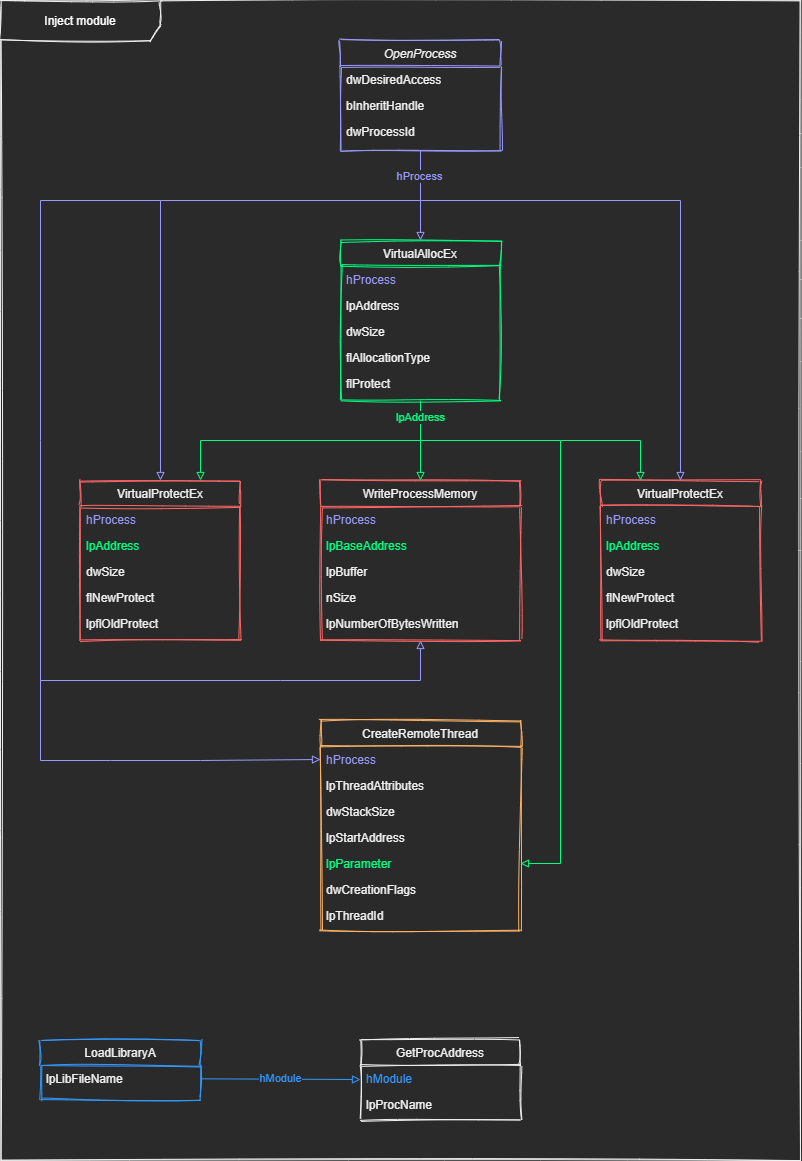
Above: docs/img/injectModule.png in themonsterdev/reverse-engineering (draw.io), before the change. Source tidied: cells renumbered, new cells last; positions are measured from the earlier drawing's top-left corner, leaving out a move shared by most shapes.
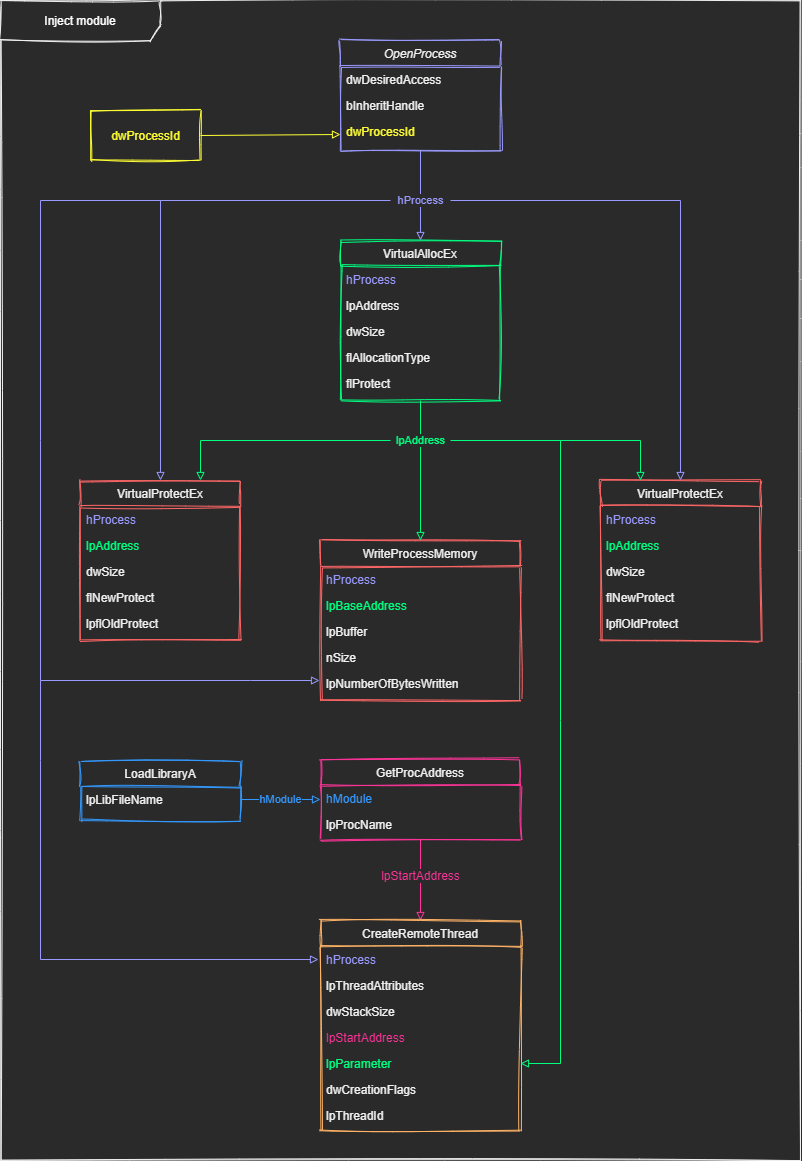
After the change.

Change to the diagram source:
```diff
@@ -11,12 +11,12 @@
     <mxCell id="4" value="bInheritHandle" style="text;align=left;verticalAlign=top;spacingLeft=4;spacingRight=4;overflow=hidden;rounded=0;shadow=0;html=0;" parent="2" vertex="1">
       <mxGeometry y="52" width="160" height="26" as="geometry" />
     </mxCell>
-    <mxCell id="5" value="dwProcessId" style="text;align=left;verticalAlign=top;spacingLeft=4;spacingRight=4;overflow=hidden;points=[[0,0.5],[1,0.5]];portConstraint=eastwest;rounded=0;shadow=0;html=0;" parent="2" vertex="1">
+    <mxCell id="5" value="dwProcessId" style="text;align=left;verticalAlign=top;spacingLeft=4;spacingRight=4;overflow=hidden;points=[[0,0.5],[1,0.5]];portConstraint=eastwest;rounded=0;shadow=0;html=0;fontColor=#FFFF33;" parent="2" vertex="1">
       <mxGeometry y="78" width="160" height="32" as="geometry" />
     </mxCell>
     <mxCell id="6" style="edgeStyle=none;rounded=0;jettySize=auto;html=1;entryX=0.75;entryY=0;entryDx=0;entryDy=0;startArrow=none;startFill=0;endArrow=block;endFill=0;fontColor=#9999FF;strokeColor=#00FF80;" parent="1" edge="1" target="13">
       <mxGeometry relative="1" as="geometry">
-        <mxPoint x="420" y="440" as="sourcePoint" />
+        <mxPoint x="390" y="440" as="sourcePoint" />
         <Array as="points">
           <mxPoint x="200" y="440" />
         </Array>
@@ -58,12 +58,12 @@
     <mxCell id="18" value="lpflOldProtect" style="text;align=left;verticalAlign=top;spacingLeft=4;spacingRight=4;overflow=hidden;rounded=0;shadow=0;html=0;" parent="13" vertex="1">
       <mxGeometry y="130" width="160" height="26" as="geometry" />
     </mxCell>
-    <mxCell id="19" style="edgeStyle=none;rounded=0;jettySize=auto;html=1;startArrow=block;startFill=0;endArrow=none;endFill=0;strokeColor=#9999FF;exitX=0.5;exitY=1;exitDx=0;exitDy=0;" parent="1" edge="1" source="20">
+    <mxCell id="19" style="edgeStyle=none;rounded=0;orthogonalLoop=1;jettySize=auto;html=1;startArrow=block;startFill=0;endArrow=none;endFill=0;strokeColor=#9999FF;" parent="1" edge="1">
       <mxGeometry relative="1" as="geometry">
-        <mxPoint x="160" y="200" as="targetPoint" />
+        <mxPoint x="319" y="680" as="sourcePoint" />
+        <mxPoint x="390" y="200" as="targetPoint" />
         <Array as="points">
-          <mxPoint x="420" y="680" />
-          <mxPoint x="280" y="680" />
+          <mxPoint x="250" y="680" />
           <mxPoint x="40" y="680" />
           <mxPoint x="40" y="440" />
           <mxPoint x="40" y="200" />
@@ -71,7 +71,7 @@
       </mxGeometry>
     </mxCell>
     <mxCell id="20" value="WriteProcessMemory" style="swimlane;fontStyle=0;align=center;verticalAlign=top;horizontal=1;startSize=26;rounded=0;shadow=0;strokeWidth=1;sketch=1;strokeColor=#FF6666;" parent="1" vertex="1">
-      <mxGeometry x="320" y="480" width="200" height="160" as="geometry" />
+      <mxGeometry x="320" y="540" width="200" height="160" as="geometry" />
     </mxCell>
     <mxCell id="21" value="hProcess" style="text;align=left;verticalAlign=top;spacingLeft=4;spacingRight=4;overflow=hidden;fontColor=#9999FF;" parent="20" vertex="1">
       <mxGeometry y="26" width="200" height="26" as="geometry" />
@@ -107,32 +107,40 @@
       <mxGeometry y="130" width="160" height="26" as="geometry" />
     </mxCell>
     <mxCell id="32" value="LoadLibraryA" style="swimlane;fontStyle=0;align=center;verticalAlign=top;horizontal=1;startSize=26;rounded=0;shadow=0;strokeWidth=1;sketch=1;strokeColor=#3399FF;" parent="1" vertex="1">
-      <mxGeometry x="40" y="1039" width="160" height="60" as="geometry" />
+      <mxGeometry x="80" y="760" width="160" height="60" as="geometry" />
     </mxCell>
     <mxCell id="33" value="lpLibFileName" style="text;align=left;verticalAlign=top;spacingLeft=4;spacingRight=4;overflow=hidden;points=[[0,0.5],[1,0.5]];portConstraint=eastwest;" parent="32" vertex="1">
       <mxGeometry y="26" width="160" height="26" as="geometry" />
     </mxCell>
+    <mxCell id="58" style="edgeStyle=none;rounded=0;jettySize=auto;html=1;startArrow=none;startFill=0;endArrow=block;endFill=0;fontColor=#FF3399;strokeColor=#FF3399;exitX=0.5;exitY=1;exitDx=0;exitDy=0;entryX=0.5;entryY=0;entryDx=0;entryDy=0;" parent="1" edge="1" source="34" target="38">
+      <mxGeometry relative="1" as="geometry" />
+    </mxCell>
+    <mxCell id="59" value="&lt;span style=&quot;font-size: 12px ; text-align: left&quot;&gt;lpStartAddress&lt;/span&gt;" style="edgeLabel;html=1;align=center;verticalAlign=middle;fontColor=#FF3399;" parent="58" vertex="1">
+      <mxGeometry x="0.12" y="1" relative="1" as="geometry">
+        <mxPoint x="-1" y="-10.6" as="offset" />
+      </mxGeometry>
+    </mxCell>
-    <mxCell id="34" value="GetProcAddress" style="swimlane;fontStyle=0;align=center;verticalAlign=top;horizontal=1;startSize=26;rounded=0;shadow=0;strokeWidth=1;sketch=1;" parent="1" vertex="1">
-      <mxGeometry x="360" y="1039" width="160" height="80" as="geometry" />
+    <mxCell id="34" value="GetProcAddress" style="swimlane;fontStyle=0;align=center;verticalAlign=top;horizontal=1;startSize=26;rounded=0;shadow=0;strokeWidth=1;sketch=1;strokeColor=#FF3399;" parent="1" vertex="1">
+      <mxGeometry x="320" y="759" width="200" height="80" as="geometry" />
     </mxCell>
     <mxCell id="35" value="hModule" style="text;align=left;verticalAlign=top;spacingLeft=4;spacingRight=4;overflow=hidden;fontColor=#3399FF;" parent="34" vertex="1">
-      <mxGeometry y="26" width="160" height="26" as="geometry" />
+      <mxGeometry y="26" width="200" height="26" as="geometry" />
     </mxCell>
     <mxCell id="36" value="lpProcName" style="text;align=left;verticalAlign=top;spacingLeft=4;spacingRight=4;overflow=hidden;" parent="34" vertex="1">
-      <mxGeometry y="52" width="160" height="26" as="geometry" />
+      <mxGeometry y="52" width="200" height="26" as="geometry" />
     </mxCell>
-    <mxCell id="37" style="edgeStyle=none;rounded=0;jettySize=auto;html=1;startArrow=block;startFill=0;endArrow=none;endFill=0;strokeColor=#9999FF;exitX=0;exitY=0.5;exitDx=0;exitDy=0;" parent="1" edge="1" source="39">
+    <mxCell id="37" style="edgeStyle=none;rounded=0;orthogonalLoop=1;jettySize=auto;html=1;startArrow=block;startFill=0;endArrow=none;endFill=0;strokeColor=#9999FF;" parent="1" edge="1">
       <mxGeometry relative="1" as="geometry">
+        <mxPoint x="318" y="959" as="sourcePoint" />
         <mxPoint x="40" y="680" as="targetPoint" />
         <Array as="points">
-          <mxPoint x="200" y="760" />
-          <mxPoint x="110" y="760" />
+          <mxPoint x="40" y="959" />
           <mxPoint x="40" y="760" />
         </Array>
       </mxGeometry>
     </mxCell>
     <mxCell id="38" value="CreateRemoteThread" style="swimlane;fontStyle=0;align=center;verticalAlign=top;horizontal=1;startSize=26;rounded=0;shadow=0;strokeWidth=1;sketch=1;strokeColor=#FFB366;" parent="1" vertex="1">
-      <mxGeometry x="320" y="720" width="200" height="210" as="geometry" />
+      <mxGeometry x="320" y="920" width="200" height="210" as="geometry" />
     </mxCell>
     <mxCell id="39" value="hProcess" style="text;align=left;verticalAlign=top;spacingLeft=4;spacingRight=4;overflow=hidden;points=[[0,0.5],[1,0.5]];portConstraint=eastwest;fontColor=#9999FF;" parent="38" vertex="1">
       <mxGeometry y="26" width="200" height="26" as="geometry" />
@@ -143,7 +151,7 @@
     <mxCell id="41" value="dwStackSize" style="text;align=left;verticalAlign=top;spacingLeft=4;spacingRight=4;overflow=hidden;" parent="38" vertex="1">
       <mxGeometry y="78" width="200" height="26" as="geometry" />
     </mxCell>
-    <mxCell id="42" value="lpStartAddress" style="text;align=left;verticalAlign=top;spacingLeft=4;spacingRight=4;overflow=hidden;" parent="38" vertex="1">
+    <mxCell id="42" value="lpStartAddress" style="text;align=left;verticalAlign=top;spacingLeft=4;spacingRight=4;overflow=hidden;fontColor=#FF3399;" parent="38" vertex="1">
       <mxGeometry y="104" width="200" height="26" as="geometry" />
     </mxCell>
     <mxCell id="43" value="lpParameter" style="text;align=left;verticalAlign=top;spacingLeft=4;spacingRight=4;overflow=hidden;points=[[0,0.5],[1,0.5]];portConstraint=eastwest;fontColor=#00FF80;" parent="38" vertex="1">
@@ -157,7 +165,7 @@
     </mxCell>
     <mxCell id="46" style="edgeStyle=none;rounded=0;jettySize=auto;html=1;entryX=0.5;entryY=0;entryDx=0;entryDy=0;startArrow=none;startFill=0;endArrow=block;endFill=0;fillColor=#1ba1e2;strokeColor=#9999FF;" parent="1" edge="1" target="13">
       <mxGeometry relative="1" as="geometry">
-        <mxPoint x="420" y="200" as="sourcePoint" />
+        <mxPoint x="160" y="200" as="sourcePoint" />
         <Array as="points">
           <mxPoint x="160" y="200" />
         </Array>
@@ -167,11 +175,13 @@
       <mxGeometry relative="1" as="geometry" />
     </mxCell>
     <mxCell id="48" value="hProcess" style="edgeLabel;html=1;align=center;verticalAlign=middle;fontColor=#9999FF;" parent="47" vertex="1">
-      <mxGeometry x="-0.44" y="-2" relative="1" as="geometry" />
+      <mxGeometry x="-0.44" y="-2" relative="1" as="geometry">
+        <mxPoint x="2" y="25" as="offset" />
+      </mxGeometry>
     </mxCell>
     <mxCell id="49" style="edgeStyle=none;rounded=0;jettySize=auto;html=1;entryX=0.5;entryY=0;entryDx=0;entryDy=0;startArrow=none;startFill=0;endArrow=block;endFill=0;strokeColor=#9999FF;" parent="1" edge="1" target="26">
       <mxGeometry relative="1" as="geometry">
-        <mxPoint x="420" y="200" as="sourcePoint" />
+        <mxPoint x="450" y="200" as="sourcePoint" />
         <Array as="points">
           <mxPoint x="680" y="200" />
         </Array>
@@ -180,23 +190,24 @@
     <mxCell id="50" style="edgeStyle=none;rounded=0;jettySize=auto;html=1;entryX=0.5;entryY=0;entryDx=0;entryDy=0;startArrow=none;startFill=0;endArrow=block;endFill=0;strokeColor=#00FF80;fontColor=#9999FF;exitX=0.5;exitY=1;exitDx=0;exitDy=0;" parent="1" edge="1" source="7" target="20">
       <mxGeometry relative="1" as="geometry" />
     </mxCell>
-    <mxCell id="51" value="lpAddress" style="edgeLabel;html=1;align=center;verticalAlign=middle;fontColor=#00FF80;" parent="50" vertex="1">
-      <mxGeometry x="-0.57" y="-1" relative="1" as="geometry" />
+    <mxCell id="51" value="&lt;span style=&quot;color: rgb(0 , 255 , 128)&quot;&gt;lpAddress&lt;/span&gt;" style="edgeLabel;html=1;align=center;verticalAlign=middle;fontColor=#FFFF33;" parent="50" vertex="1">
+      <mxGeometry x="-0.42" relative="1" as="geometry" />
     </mxCell>
     <mxCell id="52" style="edgeStyle=none;rounded=0;jettySize=auto;html=1;startArrow=none;startFill=0;endArrow=block;endFill=0;strokeColor=#00FF80;fontColor=#9999FF;entryX=0.25;entryY=0;entryDx=0;entryDy=0;" parent="1" edge="1" target="26">
       <mxGeometry relative="1" as="geometry">
-        <mxPoint x="560" y="440" as="sourcePoint" />
+        <mxPoint x="450" y="440" as="sourcePoint" />
         <Array as="points">
           <mxPoint x="640" y="440" />
         </Array>
       </mxGeometry>
     </mxCell>
-    <mxCell id="53" style="edgeStyle=none;rounded=0;jettySize=auto;html=1;startArrow=none;startFill=0;endArrow=block;endFill=0;strokeColor=#00FF80;fontColor=#00FF80;" parent="1" edge="1" target="43">
+    <mxCell id="53" style="edgeStyle=none;rounded=0;jettySize=auto;html=1;startArrow=none;startFill=0;endArrow=block;endFill=0;strokeColor=#00FF80;fontColor=#00FF80;entryX=1;entryY=0.5;entryDx=0;entryDy=0;" parent="1" edge="1" target="43">
       <mxGeometry relative="1" as="geometry">
-        <mxPoint x="420" y="440" as="sourcePoint" />
+        <mxPoint x="560" y="440" as="sourcePoint" />
         <Array as="points">
           <mxPoint x="560" y="440" />
-          <mxPoint x="560" y="863" />
+          <mxPoint x="560" y="720" />
+          <mxPoint x="560" y="1063" />
         </Array>
       </mxGeometry>
     </mxCell>
@@ -208,11 +219,17 @@
     </mxCell>
     <mxCell id="56" value="hModule" style="edgeLabel;html=1;align=center;verticalAlign=middle;fontColor=#3399FF;" parent="55" vertex="1">
       <mxGeometry x="-0.26" y="2" relative="1" as="geometry">
-        <mxPoint x="21.2" y="1" as="offset" />
+        <mxPoint x="10.8" y="1.3" as="offset" />
       </mxGeometry>
     </mxCell>
     <mxCell id="57" value="Inject module" style="shape=umlFrame;whiteSpace=wrap;html=1;rounded=0;shadow=0;glass=0;sketch=1;gradientColor=none;fontColor=#FFFFFF;width=160;height=40;" parent="1" vertex="1">
       <mxGeometry width="800" height="1160" as="geometry" />
     </mxCell>
+    <mxCell id="60" style="edgeStyle=none;rounded=0;jettySize=auto;html=1;entryX=0;entryY=0.5;entryDx=0;entryDy=0;startArrow=none;startFill=0;endArrow=block;endFill=0;fontColor=#FFFF33;strokeColor=#FFFF33;exitX=1;exitY=0.5;exitDx=0;exitDy=0;" parent="1" edge="1" source="61" target="5">
+      <mxGeometry relative="1" as="geometry" />
+    </mxCell>
+    <mxCell id="61" value="&lt;span style=&quot;text-align: left&quot;&gt;dwProcessId&lt;/span&gt;" style="html=1;rounded=0;shadow=0;glass=0;sketch=1;strokeWidth=1;gradientColor=none;fontColor=#FFFF33;fillColor=none;strokeColor=#FFFF33;" parent="1" vertex="1">
+      <mxGeometry x="90" y="110" width="110" height="50" as="geometry" />
+    </mxCell>
   </root>
 </mxGraphModel>
```
